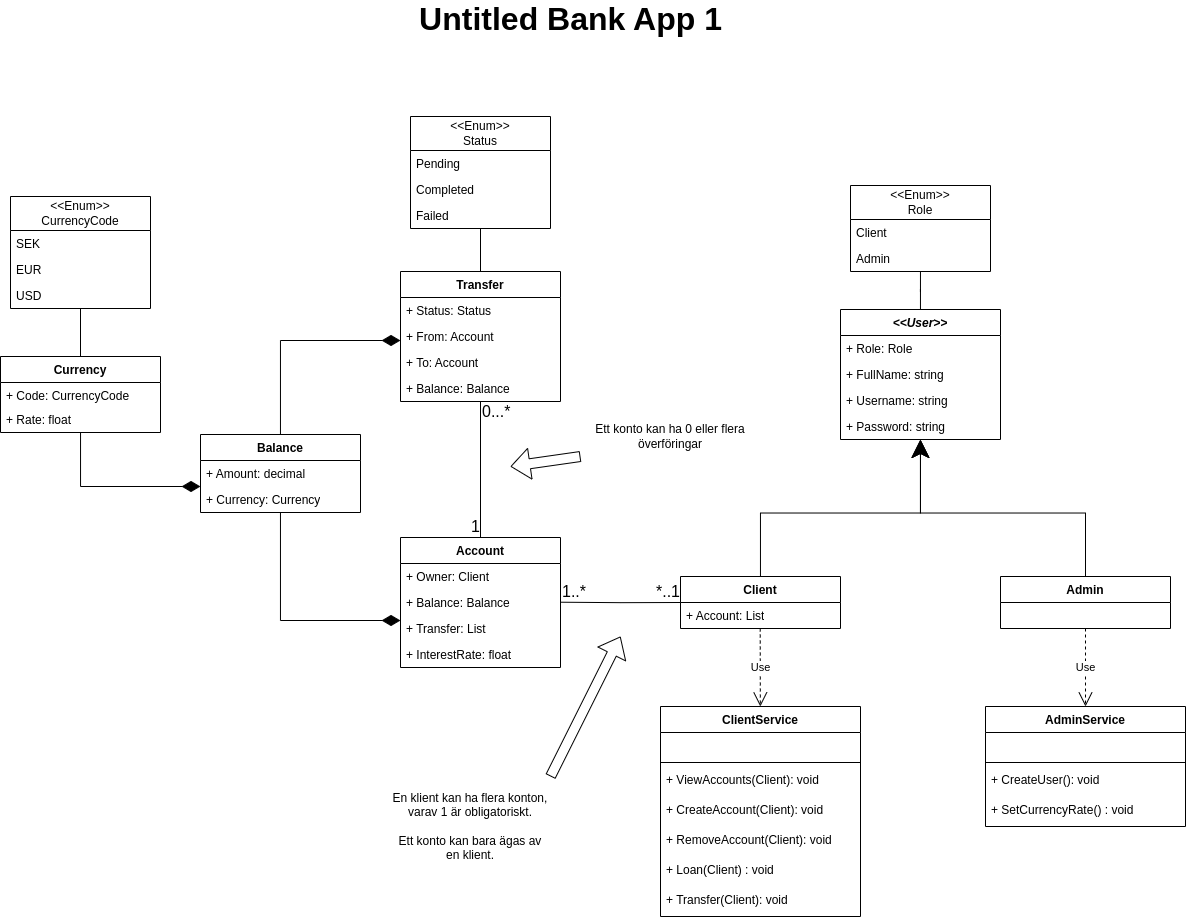
ByteBears-NET23/UntitledBankApp keeps this draw.io diagram as .github/images/UntitledBankApp.drawio.png. Above is the earlier version. Source tidied: cells renumbered, new cells last; positions are measured from the earlier drawing's top-left corner, leaving out a move shared by most shapes.
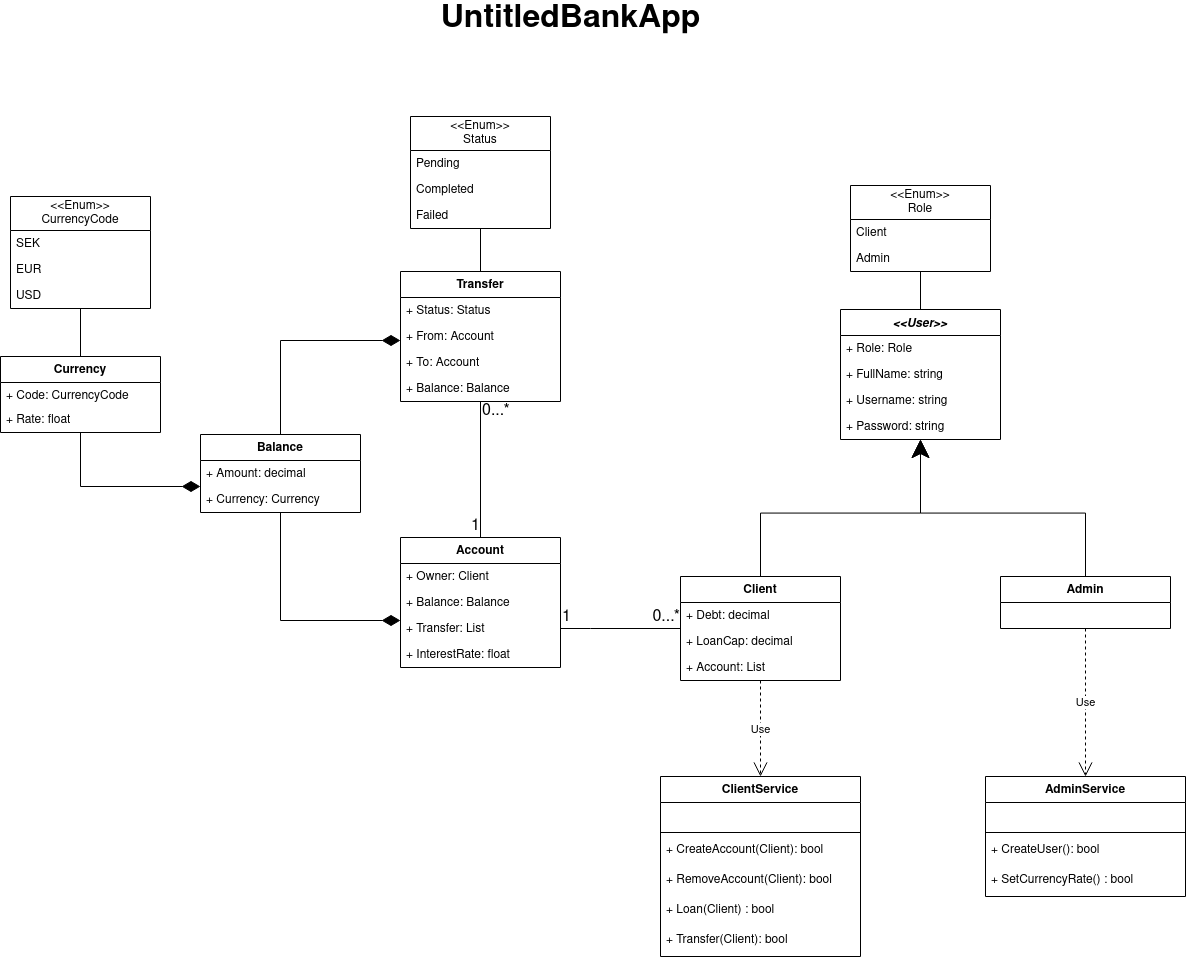
After the commit.

Diff of the diagram source:
```diff
@@ -113,10 +113,16 @@
       <mxGeometry y="26" width="170" height="26" as="geometry" />
     </mxCell>
     <mxCell id="34" value="Client" style="swimlane;fontStyle=1;align=center;verticalAlign=top;horizontal=1;startSize=26;whiteSpace=wrap;html=1;" parent="1" vertex="1">
-      <mxGeometry x="680" y="570" width="160" height="52" as="geometry" />
+      <mxGeometry x="680" y="570" width="160" height="104" as="geometry" />
     </mxCell>
+    <mxCell id="72" value="+ Debt: decimal" style="text;strokeColor=none;fillColor=none;align=left;verticalAlign=top;spacingLeft=4;spacingRight=4;overflow=hidden;whiteSpace=wrap;html=1;" parent="34" vertex="1">
+      <mxGeometry y="26" width="160" height="26" as="geometry" />
+    </mxCell>
+    <mxCell id="73" value="+ LoanCap: decimal" style="text;strokeColor=none;fillColor=none;align=left;verticalAlign=top;spacingLeft=4;spacingRight=4;overflow=hidden;whiteSpace=wrap;html=1;" parent="34" vertex="1">
+      <mxGeometry y="52" width="160" height="26" as="geometry" />
+    </mxCell>
     <mxCell id="35" value="+ Account: List" style="text;strokeColor=none;fillColor=none;align=left;verticalAlign=top;spacingLeft=4;spacingRight=4;overflow=hidden;whiteSpace=wrap;html=1;" parent="34" vertex="1">
-      <mxGeometry y="26" width="160" height="26" as="geometry" />
+      <mxGeometry y="78" width="160" height="26" as="geometry" />
     </mxCell>
     <mxCell id="36" style="edgeStyle=orthogonalEdgeStyle;rounded=0;jettySize=auto;html=1;endArrow=diamondThin;endFill=1;endSize=16;" parent="1" edge="1" source="37" target="19">
       <mxGeometry relative="1" as="geometry">
@@ -149,11 +155,11 @@
     <mxCell id="44" value="+ InterestRate: float" style="text;strokeColor=none;fillColor=none;align=left;verticalAlign=top;spacingLeft=4;spacingRight=4;overflow=hidden;whiteSpace=wrap;html=1;" parent="40" vertex="1">
       <mxGeometry y="104" width="160" height="26" as="geometry" />
     </mxCell>
-    <mxCell id="45" value="Untitled Bank App 1" style="text;align=center;fontStyle=1;verticalAlign=middle;spacingLeft=3;spacingRight=3;strokeColor=none;html=1;fontSize=32;" parent="1" vertex="1">
+    <mxCell id="45" value="UntitledBankApp" style="text;align=center;fontStyle=1;verticalAlign=middle;spacingLeft=3;spacingRight=3;strokeColor=none;html=1;fontSize=32;" parent="1" vertex="1">
       <mxGeometry x="490" width="160" height="26" as="geometry" />
     </mxCell>
     <mxCell id="46" value="ClientService" style="swimlane;fontStyle=1;align=center;verticalAlign=top;horizontal=1;startSize=26;whiteSpace=wrap;html=1;" parent="1" vertex="1">
-      <mxGeometry x="660" y="700" width="200" height="210" as="geometry" />
+      <mxGeometry x="660" y="770" width="200" height="180" as="geometry" />
     </mxCell>
     <mxCell id="47" value="&amp;nbsp;" style="text;strokeColor=none;fillColor=none;align=left;verticalAlign=top;spacingLeft=4;spacingRight=4;overflow=hidden;whiteSpace=wrap;html=1;" parent="46" vertex="1">
       <mxGeometry y="26" width="200" height="26" as="geometry" />
@@ -161,23 +167,20 @@
     <mxCell id="48" style="line;strokeWidth=1;fillColor=none;align=left;verticalAlign=middle;spacingTop=-1;spacingLeft=3;spacingRight=3;labelPosition=right;strokeColor=inherit;" parent="46" vertex="1">
       <mxGeometry y="52" width="200" height="8" as="geometry" />
     </mxCell>
-    <mxCell id="49" value="+ ViewAccounts(Client): void" style="text;strokeColor=none;fillColor=none;align=left;verticalAlign=top;spacingLeft=4;spacingRight=4;overflow=hidden;whiteSpace=wrap;html=1;" parent="46" vertex="1">
-      <mxGeometry y="60" width="200" height="30" as="geometry" />
-    </mxCell>
-    <mxCell id="50" value="+ CreateAccount(Client): void" style="text;strokeColor=none;fillColor=none;align=left;verticalAlign=top;spacingLeft=4;spacingRight=4;overflow=hidden;whiteSpace=wrap;html=1;" parent="46" vertex="1">
-      <mxGeometry y="90" width="200" height="30" as="geometry" />
+    <mxCell id="50" value="+ CreateAccount(Client): bool" style="text;strokeColor=none;fillColor=none;align=left;verticalAlign=top;spacingLeft=4;spacingRight=4;overflow=hidden;whiteSpace=wrap;html=1;" parent="46" vertex="1">
+      <mxGeometry y="60" width="200" height="30" as="geometry" />
     </mxCell>
-    <mxCell id="51" value="+ RemoveAccount(Client): void" style="text;strokeColor=none;fillColor=none;align=left;verticalAlign=top;spacingLeft=4;spacingRight=4;overflow=hidden;whiteSpace=wrap;html=1;" parent="46" vertex="1">
-      <mxGeometry y="120" width="200" height="30" as="geometry" />
+    <mxCell id="51" value="+ RemoveAccount(Client): bool" style="text;strokeColor=none;fillColor=none;align=left;verticalAlign=top;spacingLeft=4;spacingRight=4;overflow=hidden;whiteSpace=wrap;html=1;" parent="46" vertex="1">
+      <mxGeometry y="90" width="200" height="30" as="geometry" />
     </mxCell>
-    <mxCell id="52" value="+ Loan(Client) : void" style="text;strokeColor=none;fillColor=none;align=left;verticalAlign=top;spacingLeft=4;spacingRight=4;overflow=hidden;whiteSpace=wrap;html=1;" parent="46" vertex="1">
-      <mxGeometry y="150" width="200" height="30" as="geometry" />
+    <mxCell id="52" value="+ Loan(Client) : bool" style="text;strokeColor=none;fillColor=none;align=left;verticalAlign=top;spacingLeft=4;spacingRight=4;overflow=hidden;whiteSpace=wrap;html=1;" parent="46" vertex="1">
+      <mxGeometry y="120" width="200" height="30" as="geometry" />
     </mxCell>
-    <mxCell id="53" value="+ Transfer(Client): void" style="text;strokeColor=none;fillColor=none;align=left;verticalAlign=top;spacingLeft=4;spacingRight=4;overflow=hidden;whiteSpace=wrap;html=1;" parent="46" vertex="1">
-      <mxGeometry y="180" width="200" height="30" as="geometry" />
+    <mxCell id="53" value="+ Transfer(Client): bool" style="text;strokeColor=none;fillColor=none;align=left;verticalAlign=top;spacingLeft=4;spacingRight=4;overflow=hidden;whiteSpace=wrap;html=1;" parent="46" vertex="1">
+      <mxGeometry y="150" width="200" height="30" as="geometry" />
     </mxCell>
     <mxCell id="54" value="AdminService" style="swimlane;fontStyle=1;align=center;verticalAlign=top;horizontal=1;startSize=26;whiteSpace=wrap;html=1;" parent="1" vertex="1">
-      <mxGeometry x="985" y="700" width="200" height="120" as="geometry" />
+      <mxGeometry x="985" y="770" width="200" height="120" as="geometry" />
     </mxCell>
     <mxCell id="55" value="&amp;nbsp;" style="text;strokeColor=none;fillColor=none;align=left;verticalAlign=top;spacingLeft=4;spacingRight=4;overflow=hidden;whiteSpace=wrap;html=1;" parent="54" vertex="1">
       <mxGeometry y="26" width="200" height="26" as="geometry" />
@@ -185,10 +188,10 @@
     <mxCell id="56" style="line;strokeWidth=1;fillColor=none;align=left;verticalAlign=middle;spacingTop=-1;spacingLeft=3;spacingRight=3;labelPosition=right;strokeColor=inherit;" parent="54" vertex="1">
       <mxGeometry y="52" width="200" height="8" as="geometry" />
     </mxCell>
-    <mxCell id="57" value="+ CreateUser(): void" style="text;strokeColor=none;fillColor=none;align=left;verticalAlign=top;spacingLeft=4;spacingRight=4;overflow=hidden;whiteSpace=wrap;html=1;" parent="54" vertex="1">
+    <mxCell id="57" value="+ CreateUser(): bool" style="text;strokeColor=none;fillColor=none;align=left;verticalAlign=top;spacingLeft=4;spacingRight=4;overflow=hidden;whiteSpace=wrap;html=1;" parent="54" vertex="1">
       <mxGeometry y="60" width="200" height="30" as="geometry" />
     </mxCell>
-    <mxCell id="58" value="+ SetCurrencyRate() : void" style="text;strokeColor=none;fillColor=none;align=left;verticalAlign=top;spacingLeft=4;spacingRight=4;overflow=hidden;whiteSpace=wrap;html=1;" parent="54" vertex="1">
+    <mxCell id="58" value="+ SetCurrencyRate() : bool" style="text;strokeColor=none;fillColor=none;align=left;verticalAlign=top;spacingLeft=4;spacingRight=4;overflow=hidden;whiteSpace=wrap;html=1;" parent="54" vertex="1">
       <mxGeometry y="90" width="200" height="30" as="geometry" />
     </mxCell>
     <mxCell id="59" style="edgeStyle=orthogonalEdgeStyle;rounded=0;jettySize=auto;html=1;endArrow=none;endFill=0;" parent="1" edge="1" source="60" target="2">
@@ -206,39 +209,22 @@
     <mxCell id="63" value="Use" style="endArrow=open;endSize=12;dashed=1;html=1;rounded=0;" parent="1" edge="1" source="32" target="54">
       <mxGeometry relative="1" as="geometry" />
     </mxCell>
-    <mxCell id="64" value="Use" style="endArrow=open;endSize=12;dashed=1;html=1;rounded=0;" parent="1" edge="1" target="46">
-      <mxGeometry relative="1" as="geometry">
-        <mxPoint x="759.7" y="622" as="sourcePoint" />
-      </mxGeometry>
+    <mxCell id="64" value="Use" style="endArrow=open;endSize=12;dashed=1;html=1;rounded=0;" parent="1" edge="1" source="34" target="46">
+      <mxGeometry relative="1" as="geometry" />
     </mxCell>
-    <mxCell id="65" style="endArrow=none;html=1;edgeStyle=orthogonalEdgeStyle;rounded=0;" parent="1" edge="1" target="34">
+    <mxCell id="65" style="endArrow=none;html=1;edgeStyle=orthogonalEdgeStyle;rounded=0;" parent="1" edge="1" source="40" target="34">
       <mxGeometry relative="1" as="geometry">
-        <mxPoint x="560" y="595.7" as="sourcePoint" />
+        <Array as="points">
+          <mxPoint x="590" y="622" />
+          <mxPoint x="590" y="622" />
+        </Array>
       </mxGeometry>
     </mxCell>
-    <mxCell id="66" value="1..*" style="edgeLabel;html=1;align=left;verticalAlign=bottom;fontSize=16;" parent="65" vertex="1">
+    <mxCell id="66" value="1" style="edgeLabel;html=1;align=left;verticalAlign=bottom;fontSize=16;" parent="65" vertex="1">
       <mxGeometry x="-1" relative="1" as="geometry" />
     </mxCell>
-    <mxCell id="67" value="*..1" style="edgeLabel;html=1;align=right;verticalAlign=bottom;fontSize=16;" parent="65" vertex="1">
+    <mxCell id="67" value="0...*" style="edgeLabel;html=1;align=right;verticalAlign=bottom;fontSize=16;" parent="65" vertex="1">
       <mxGeometry x="1" relative="1" as="geometry" />
     </mxCell>
-    <mxCell id="68" value="&lt;font style=&quot;font-size: 12px;&quot;&gt;En klient kan ha flera konton, varav 1 är obligatoriskt.&lt;br&gt;&lt;br&gt;Ett konto kan bara ägas av en klient.&lt;/font&gt;" style="text;html=1;strokeColor=none;fillColor=none;align=center;verticalAlign=middle;whiteSpace=wrap;rounded=0;" parent="1" vertex="1">
-      <mxGeometry x="390" y="780" width="160" height="80" as="geometry" />
-    </mxCell>
-    <mxCell id="69" style="shape=flexArrow;endArrow=classic;html=1;rounded=0;" parent="1" edge="1">
-      <mxGeometry relative="1" as="geometry">
-        <mxPoint x="550" y="770" as="sourcePoint" />
-        <mxPoint x="620" y="630" as="targetPoint" />
-      </mxGeometry>
-    </mxCell>
-    <mxCell id="70" style="shape=flexArrow;endArrow=classic;html=1;rounded=0;" parent="1" edge="1">
-      <mxGeometry relative="1" as="geometry">
-        <mxPoint x="580" y="450" as="sourcePoint" />
-        <mxPoint x="510" y="460" as="targetPoint" />
-      </mxGeometry>
-    </mxCell>
-    <mxCell id="71" value="Ett konto kan ha 0 eller flera överföringar" style="text;html=1;strokeColor=none;fillColor=none;align=center;verticalAlign=middle;whiteSpace=wrap;rounded=0;" parent="1" vertex="1">
-      <mxGeometry x="590" y="410" width="160" height="40" as="geometry" />
-    </mxCell>
   </root>
 </mxGraphModel>
```
